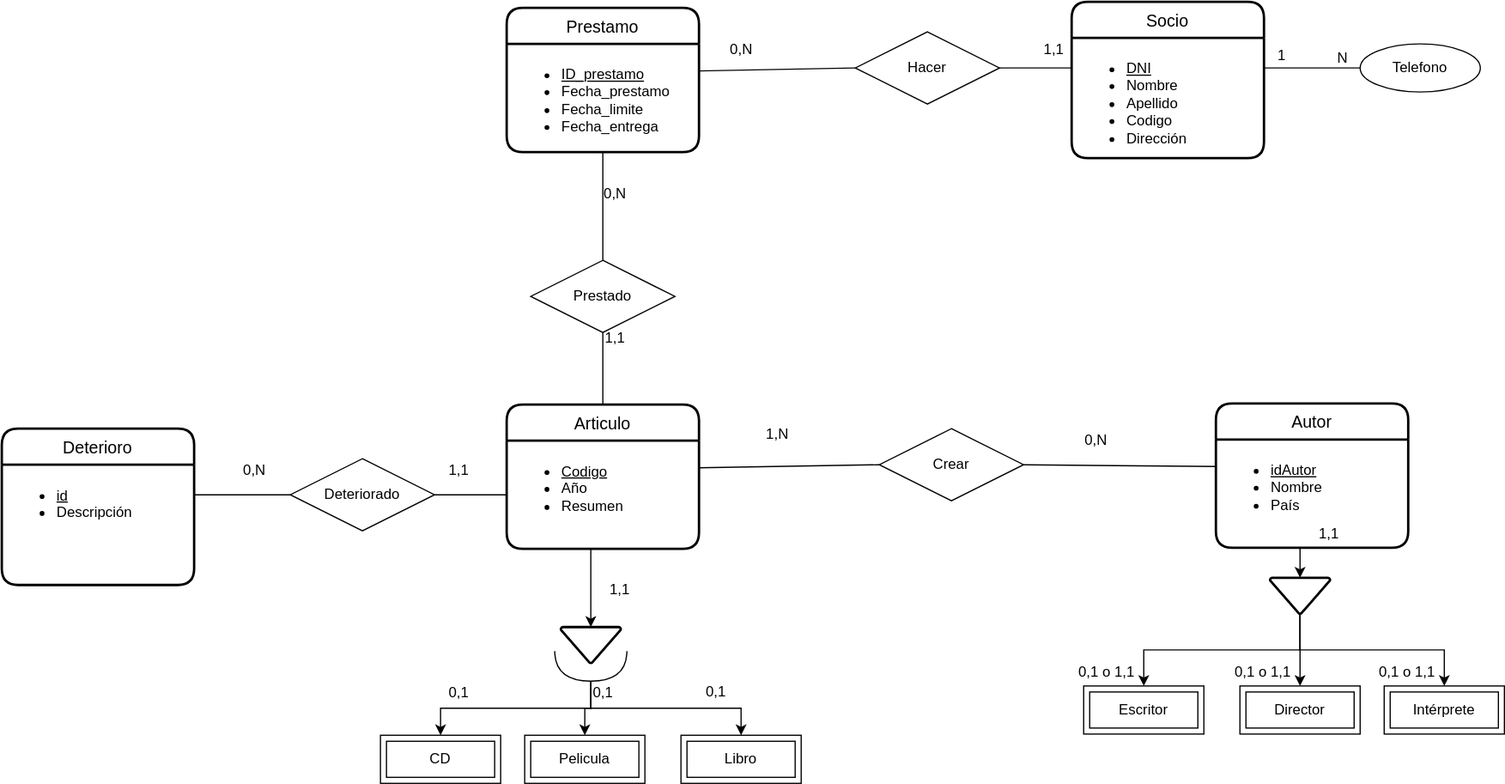
Jimxx22/C3-UD11-UML keeps this draw.io diagram as UD12-06.svg. Above is the earlier version. Source tidied: cells renumbered, new cells last; positions are measured from the earlier drawing's top-left corner, leaving out a move shared by most shapes. The source it was exported from:
```xml
<mxGraphModel background="#ffffff">
  <root>
    <mxCell id="0" />
    <mxCell id="1" parent="0" />
    <mxCell id="2" value="Socio" style="swimlane;horizontal=1;startSize=30;rounded=1;fontSize=14;fontStyle=0;strokeWidth=2;shadow=0;dashed=0;align=center;html=0;" parent="1" vertex="1">
      <mxGeometry x="890" width="160" height="130" as="geometry" />
    </mxCell>
    <mxCell id="3" value="&lt;ul&gt;&lt;li&gt;&lt;u&gt;DNI&lt;/u&gt;&lt;/li&gt;&lt;li&gt;Nombre&lt;/li&gt;&lt;li&gt;Apellido&lt;/li&gt;&lt;li&gt;Codigo&lt;/li&gt;&lt;li&gt;Dirección&lt;/li&gt;&lt;/ul&gt;" style="align=left;strokeColor=none;fillColor=none;spacingLeft=4;fontSize=12;verticalAlign=top;html=1;" parent="2" vertex="1">
      <mxGeometry y="30" width="160" height="100" as="geometry" />
    </mxCell>
    <mxCell id="4" style="edgeStyle=orthogonalEdgeStyle;rounded=0;jettySize=auto;html=1;exitX=0.5;exitY=1;exitDx=0;exitDy=0;entryX=0.5;entryY=0;entryDx=0;entryDy=0;entryPerimeter=0;" parent="1" edge="1" source="5" target="41">
      <mxGeometry relative="1" as="geometry">
        <Array as="points">
          <mxPoint x="490" y="455" />
        </Array>
      </mxGeometry>
    </mxCell>
    <mxCell id="5" value="Articulo" style="swimlane;horizontal=1;startSize=30;rounded=1;fontSize=14;fontStyle=0;strokeWidth=2;shadow=0;dashed=0;align=center;html=0;" parent="1" vertex="1">
      <mxGeometry x="420" y="335" width="160" height="120" as="geometry" />
    </mxCell>
    <mxCell id="6" value="&lt;ul&gt;&lt;li&gt;&lt;u&gt;Codigo&lt;/u&gt;&lt;/li&gt;&lt;li&gt;Año&lt;/li&gt;&lt;li&gt;Resumen&lt;/li&gt;&lt;/ul&gt;" style="align=left;strokeColor=none;fillColor=none;spacingLeft=4;fontSize=12;verticalAlign=top;html=1;fontStyle=0;labelBorderColor=none;" parent="5" vertex="1">
      <mxGeometry y="30" width="160" height="90" as="geometry" />
    </mxCell>
    <mxCell id="7" value="Prestamo" style="swimlane;horizontal=1;startSize=30;rounded=1;fontSize=14;fontStyle=0;strokeWidth=2;shadow=0;dashed=0;align=center;html=0;" parent="1" vertex="1">
      <mxGeometry x="420" y="5" width="160" height="120" as="geometry" />
    </mxCell>
    <mxCell id="8" value="&lt;ul&gt;&lt;li&gt;&lt;u&gt;ID_prestamo&lt;/u&gt;&lt;/li&gt;&lt;li&gt;Fecha_prestamo&lt;/li&gt;&lt;li&gt;Fecha_limite&lt;/li&gt;&lt;li&gt;Fecha_entrega&lt;/li&gt;&lt;/ul&gt;" style="align=left;strokeColor=none;fillColor=none;spacingLeft=4;fontSize=12;verticalAlign=top;html=1;" parent="7" vertex="1">
      <mxGeometry y="30" width="160" height="90" as="geometry" />
    </mxCell>
    <mxCell id="9" value="Pelicula" style="shape=ext;margin=3;double=1;whiteSpace=wrap;html=1;align=center;" parent="1" vertex="1">
      <mxGeometry x="435" y="610" width="100" height="40" as="geometry" />
    </mxCell>
    <mxCell id="10" value="CD" style="shape=ext;margin=3;double=1;whiteSpace=wrap;html=1;align=center;" parent="1" vertex="1">
      <mxGeometry x="315" y="610" width="100" height="40" as="geometry" />
    </mxCell>
    <mxCell id="11" value="Libro" style="shape=ext;margin=3;double=1;whiteSpace=wrap;html=1;align=center;" parent="1" vertex="1">
      <mxGeometry x="565" y="610" width="100" height="40" as="geometry" />
    </mxCell>
    <mxCell id="12" value="Director" style="shape=ext;margin=3;double=1;whiteSpace=wrap;html=1;align=center;" parent="1" vertex="1">
      <mxGeometry x="1030" y="569" width="100" height="40" as="geometry" />
    </mxCell>
    <mxCell id="13" value="Intérprete" style="shape=ext;margin=3;double=1;whiteSpace=wrap;html=1;align=center;" parent="1" vertex="1">
      <mxGeometry x="1150" y="569" width="100" height="40" as="geometry" />
    </mxCell>
    <mxCell id="14" value="Escritor" style="shape=ext;margin=3;double=1;whiteSpace=wrap;html=1;align=center;" parent="1" vertex="1">
      <mxGeometry x="900" y="569" width="100" height="40" as="geometry" />
    </mxCell>
    <mxCell id="15" style="edgeStyle=orthogonalEdgeStyle;rounded=0;jettySize=auto;html=1;exitX=0.5;exitY=1;exitDx=0;exitDy=0;entryX=0.5;entryY=0;entryDx=0;entryDy=0;entryPerimeter=0;" parent="1" edge="1" source="16" target="50">
      <mxGeometry relative="1" as="geometry" />
    </mxCell>
    <mxCell id="16" value="Autor" style="swimlane;horizontal=1;startSize=30;rounded=1;fontSize=14;fontStyle=0;strokeWidth=2;shadow=0;dashed=0;align=center;html=0;" parent="1" vertex="1">
      <mxGeometry x="1010" y="334" width="160" height="120" as="geometry" />
    </mxCell>
    <mxCell id="17" value="&lt;ul&gt;&lt;li&gt;&lt;u&gt;idAutor&lt;/u&gt;&lt;/li&gt;&lt;li&gt;Nombre&lt;/li&gt;&lt;li&gt;País&lt;/li&gt;&lt;/ul&gt;" style="align=left;strokeColor=none;fillColor=none;spacingLeft=4;fontSize=12;verticalAlign=top;html=1;fontStyle=0;labelBorderColor=none;" parent="16" vertex="1">
      <mxGeometry y="30" width="160" height="90" as="geometry" />
    </mxCell>
    <mxCell id="18" value="Hacer" style="shape=rhombus;perimeter=rhombusPerimeter;whiteSpace=wrap;html=1;align=center;" parent="1" vertex="1">
      <mxGeometry x="710" y="25" width="120" height="60" as="geometry" />
    </mxCell>
    <mxCell id="19" value="Deterioro" style="swimlane;horizontal=1;startSize=30;rounded=1;fontSize=14;fontStyle=0;strokeWidth=2;shadow=0;dashed=0;align=center;html=0;" parent="1" vertex="1">
      <mxGeometry y="355" width="160" height="130" as="geometry" />
    </mxCell>
    <mxCell id="20" value="&lt;ul&gt;&lt;li&gt;&lt;u&gt;id&lt;/u&gt;&lt;/li&gt;&lt;li&gt;Descripción&lt;/li&gt;&lt;/ul&gt;" style="align=left;strokeColor=none;fillColor=none;spacingLeft=4;fontSize=12;verticalAlign=top;html=1;" parent="19" vertex="1">
      <mxGeometry y="30" width="160" height="100" as="geometry" />
    </mxCell>
    <mxCell id="21" value="Crear" style="shape=rhombus;perimeter=rhombusPerimeter;whiteSpace=wrap;html=1;align=center;" parent="1" vertex="1">
      <mxGeometry x="730" y="355" width="120" height="60" as="geometry" />
    </mxCell>
    <mxCell id="22" value="Prestado" style="shape=rhombus;perimeter=rhombusPerimeter;whiteSpace=wrap;html=1;align=center;rounded=0;glass=0;labelBorderColor=none;fillColor=default;" parent="1" vertex="1">
      <mxGeometry x="440" y="215" width="120" height="60" as="geometry" />
    </mxCell>
    <mxCell id="23" style="endArrow=none;html=1;rounded=0;entryX=0.5;entryY=0;entryDx=0;entryDy=0;exitX=0.5;exitY=1;exitDx=0;exitDy=0;" parent="1" edge="1" source="8" target="22">
      <mxGeometry relative="1" as="geometry" />
    </mxCell>
    <mxCell id="24" style="endArrow=none;html=1;rounded=0;exitX=1;exitY=0.25;exitDx=0;exitDy=0;entryX=0;entryY=0.5;entryDx=0;entryDy=0;" parent="1" edge="1" source="6" target="21">
      <mxGeometry relative="1" as="geometry" />
    </mxCell>
    <mxCell id="25" style="endArrow=none;html=1;rounded=0;entryX=0;entryY=0.5;entryDx=0;entryDy=0;exitX=1;exitY=0.25;exitDx=0;exitDy=0;" parent="1" edge="1" source="8" target="18">
      <mxGeometry relative="1" as="geometry" />
    </mxCell>
    <mxCell id="26" style="endArrow=none;html=1;rounded=0;exitX=1;exitY=0.5;exitDx=0;exitDy=0;entryX=0;entryY=0.25;entryDx=0;entryDy=0;" parent="1" edge="1" source="21" target="17">
      <mxGeometry relative="1" as="geometry" />
    </mxCell>
    <mxCell id="27" style="endArrow=none;html=1;rounded=0;entryX=0.5;entryY=0;entryDx=0;entryDy=0;exitX=0.5;exitY=1;exitDx=0;exitDy=0;" parent="1" edge="1" source="22" target="5">
      <mxGeometry relative="1" as="geometry" />
    </mxCell>
    <mxCell id="28" style="endArrow=none;html=1;rounded=0;entryX=0;entryY=0.25;entryDx=0;entryDy=0;exitX=1;exitY=0.5;exitDx=0;exitDy=0;" parent="1" edge="1" source="18" target="3">
      <mxGeometry relative="1" as="geometry" />
    </mxCell>
    <mxCell id="29" value="Deteriorado" style="shape=rhombus;perimeter=rhombusPerimeter;whiteSpace=wrap;html=1;align=center;rounded=0;glass=0;labelBorderColor=none;fillColor=default;" parent="1" vertex="1">
      <mxGeometry x="240" y="380" width="120" height="60" as="geometry" />
    </mxCell>
    <mxCell id="30" style="endArrow=none;html=1;rounded=0;exitX=1;exitY=0.25;exitDx=0;exitDy=0;entryX=0;entryY=0.5;entryDx=0;entryDy=0;" parent="1" edge="1" source="20" target="29">
      <mxGeometry relative="1" as="geometry" />
    </mxCell>
    <mxCell id="31" style="endArrow=none;html=1;rounded=0;exitX=1;exitY=0.5;exitDx=0;exitDy=0;entryX=0;entryY=0.5;entryDx=0;entryDy=0;" parent="1" edge="1" source="29" target="6">
      <mxGeometry relative="1" as="geometry" />
    </mxCell>
    <mxCell id="32" value="1,1" style="text;html=1;align=center;verticalAlign=middle;strokeColor=none;fillColor=none;" parent="1" vertex="1">
      <mxGeometry x="855" y="25" width="40" height="30" as="geometry" />
    </mxCell>
    <mxCell id="33" style="edgeStyle=orthogonalEdgeStyle;rounded=0;orthogonalLoop=1;jettySize=auto;html=1;endArrow=none;endFill=0;exitX=0.5;exitY=1;exitDx=0;exitDy=0;exitPerimeter=0;" parent="1" edge="1">
      <mxGeometry relative="1" as="geometry">
        <mxPoint x="540" y="220" as="sourcePoint" />
      </mxGeometry>
    </mxCell>
    <mxCell id="34" value="0,N" style="text;html=1;align=center;verticalAlign=middle;strokeColor=none;fillColor=none;" parent="1" vertex="1">
      <mxGeometry x="595" y="25" width="40" height="30" as="geometry" />
    </mxCell>
    <mxCell id="35" value="0,N" style="text;html=1;align=center;verticalAlign=middle;strokeColor=none;fillColor=none;" parent="1" vertex="1">
      <mxGeometry x="490" y="145" width="40" height="30" as="geometry" />
    </mxCell>
    <mxCell id="36" value="1,1" style="text;html=1;align=center;verticalAlign=middle;strokeColor=none;fillColor=none;" parent="1" vertex="1">
      <mxGeometry x="490" y="265" width="40" height="30" as="geometry" />
    </mxCell>
    <mxCell id="37" value="0,N" style="text;html=1;align=center;verticalAlign=middle;strokeColor=none;fillColor=none;" parent="1" vertex="1">
      <mxGeometry x="190" y="375" width="40" height="30" as="geometry" />
    </mxCell>
    <mxCell id="38" value="0,N" style="text;html=1;align=center;verticalAlign=middle;strokeColor=none;fillColor=none;" parent="1" vertex="1">
      <mxGeometry x="890" y="350" width="40" height="30" as="geometry" />
    </mxCell>
    <mxCell id="39" value="1,1" style="text;strokeColor=none;fillColor=none;spacingLeft=4;spacingRight=4;overflow=hidden;fontSize=12;rounded=0;glass=0;html=1;" parent="1" vertex="1">
      <mxGeometry x="500" y="475" width="40" height="30" as="geometry" />
    </mxCell>
    <mxCell id="40" value="1,N" style="text;html=1;align=center;verticalAlign=middle;strokeColor=none;fillColor=none;" parent="1" vertex="1">
      <mxGeometry x="625" y="345" width="40" height="30" as="geometry" />
    </mxCell>
    <mxCell id="41" style="strokeWidth=2;html=1;shape=mxgraph.flowchart.merge_or_storage;whiteSpace=wrap;rounded=0;glass=0;fillColor=none;" parent="1" vertex="1">
      <mxGeometry x="465" y="520" width="50" height="30" as="geometry" />
    </mxCell>
    <mxCell id="42" value="1,1" style="text;html=1;align=center;verticalAlign=middle;strokeColor=none;fillColor=none;" parent="1" vertex="1">
      <mxGeometry x="360" y="375" width="40" height="30" as="geometry" />
    </mxCell>
    <mxCell id="43" style="edgeStyle=orthogonalEdgeStyle;rounded=0;jettySize=auto;html=1;exitX=1;exitY=0.5;exitDx=0;exitDy=0;exitPerimeter=0;entryX=0.5;entryY=0;entryDx=0;entryDy=0;" parent="1" edge="1" source="46" target="10">
      <mxGeometry relative="1" as="geometry" />
    </mxCell>
    <mxCell id="44" style="edgeStyle=orthogonalEdgeStyle;rounded=0;jettySize=auto;html=1;exitX=1;exitY=0.5;exitDx=0;exitDy=0;exitPerimeter=0;entryX=0.5;entryY=0;entryDx=0;entryDy=0;" parent="1" edge="1" source="46" target="9">
      <mxGeometry relative="1" as="geometry" />
    </mxCell>
    <mxCell id="45" style="edgeStyle=orthogonalEdgeStyle;rounded=0;jettySize=auto;html=1;exitX=1;exitY=0.5;exitDx=0;exitDy=0;exitPerimeter=0;entryX=0.5;entryY=0;entryDx=0;entryDy=0;" parent="1" edge="1" source="46" target="11">
      <mxGeometry relative="1" as="geometry" />
    </mxCell>
    <mxCell id="46" style="shape=requiredInterface;html=1;verticalLabelPosition=bottom;sketch=0;rounded=0;glass=0;fillColor=none;direction=south;" parent="1" vertex="1">
      <mxGeometry x="460" y="540" width="60" height="25" as="geometry" />
    </mxCell>
    <mxCell id="47" style="edgeStyle=orthogonalEdgeStyle;rounded=0;jettySize=auto;html=1;exitX=0.5;exitY=1;exitDx=0;exitDy=0;exitPerimeter=0;entryX=0.5;entryY=0;entryDx=0;entryDy=0;" parent="1" edge="1" source="50" target="14">
      <mxGeometry relative="1" as="geometry" />
    </mxCell>
    <mxCell id="48" style="edgeStyle=orthogonalEdgeStyle;rounded=0;jettySize=auto;html=1;exitX=0.5;exitY=1;exitDx=0;exitDy=0;exitPerimeter=0;entryX=0.5;entryY=0;entryDx=0;entryDy=0;" parent="1" edge="1" source="50" target="12">
      <mxGeometry relative="1" as="geometry" />
    </mxCell>
    <mxCell id="49" style="edgeStyle=orthogonalEdgeStyle;rounded=0;jettySize=auto;html=1;exitX=0.5;exitY=1;exitDx=0;exitDy=0;exitPerimeter=0;entryX=0.5;entryY=0;entryDx=0;entryDy=0;" parent="1" edge="1" source="50" target="13">
      <mxGeometry relative="1" as="geometry" />
    </mxCell>
    <mxCell id="50" style="strokeWidth=2;html=1;shape=mxgraph.flowchart.merge_or_storage;whiteSpace=wrap;rounded=0;glass=0;fillColor=none;" parent="1" vertex="1">
      <mxGeometry x="1055" y="479" width="50" height="30" as="geometry" />
    </mxCell>
    <mxCell id="51" value="0,1" style="text;html=1;align=center;verticalAlign=middle;strokeColor=none;fillColor=none;" parent="1" vertex="1">
      <mxGeometry x="360" y="560" width="40" height="30" as="geometry" />
    </mxCell>
    <mxCell id="52" value="0,1" style="text;html=1;align=center;verticalAlign=middle;strokeColor=none;fillColor=none;" parent="1" vertex="1">
      <mxGeometry x="480" y="560" width="40" height="30" as="geometry" />
    </mxCell>
    <mxCell id="53" value="0,1" style="text;strokeColor=none;fillColor=none;spacingLeft=4;spacingRight=4;overflow=hidden;fontSize=12;rounded=0;glass=0;html=1;" parent="1" vertex="1">
      <mxGeometry x="580" y="560" width="40" height="30" as="geometry" />
    </mxCell>
    <mxCell id="54" value="0,1 o 1,1" style="text;strokeColor=none;fillColor=none;spacingLeft=4;spacingRight=4;overflow=hidden;fontSize=12;rounded=0;glass=0;html=1;" parent="1" vertex="1">
      <mxGeometry x="890" y="544" width="60" height="30" as="geometry" />
    </mxCell>
    <mxCell id="55" value="0,1 o 1,1" style="text;strokeColor=none;fillColor=none;spacingLeft=4;spacingRight=4;overflow=hidden;fontSize=12;rounded=0;glass=0;html=1;" parent="1" vertex="1">
      <mxGeometry x="1140" y="544" width="60" height="30" as="geometry" />
    </mxCell>
    <mxCell id="56" value="0,1 o 1,1" style="text;strokeColor=none;fillColor=none;spacingLeft=4;spacingRight=4;overflow=hidden;fontSize=12;rounded=0;glass=0;html=1;" parent="1" vertex="1">
      <mxGeometry x="1020" y="544" width="60" height="30" as="geometry" />
    </mxCell>
    <mxCell id="57" value="1,1" style="text;strokeColor=none;fillColor=none;spacingLeft=4;spacingRight=4;overflow=hidden;fontSize=12;rounded=0;glass=0;html=1;" parent="1" vertex="1">
      <mxGeometry x="1090" y="429" width="40" height="30" as="geometry" />
    </mxCell>
    <mxCell id="58" value="Telefono" style="ellipse;whiteSpace=wrap;html=1;align=center;" parent="1" vertex="1">
      <mxGeometry x="1130" y="35" width="100" height="40" as="geometry" />
    </mxCell>
    <mxCell id="59" style="endArrow=none;html=1;rounded=0;entryX=0;entryY=0.5;entryDx=0;entryDy=0;exitX=1;exitY=0.25;exitDx=0;exitDy=0;" parent="1" edge="1" source="3" target="58">
      <mxGeometry relative="1" as="geometry" />
    </mxCell>
    <mxCell id="60" value="N" style="html=1;align=right;verticalAlign=bottom;" parent="59" vertex="1">
      <mxGeometry x="1" relative="1" as="geometry">
        <mxPoint x="-10" as="offset" />
      </mxGeometry>
    </mxCell>
    <mxCell id="61" value="1" style="text;html=1;strokeColor=none;fillColor=none;align=center;verticalAlign=middle;whiteSpace=wrap;rounded=0;" parent="1" vertex="1">
      <mxGeometry x="1060" y="35" width="10" height="20" as="geometry" />
    </mxCell>
  </root>
</mxGraphModel>
```
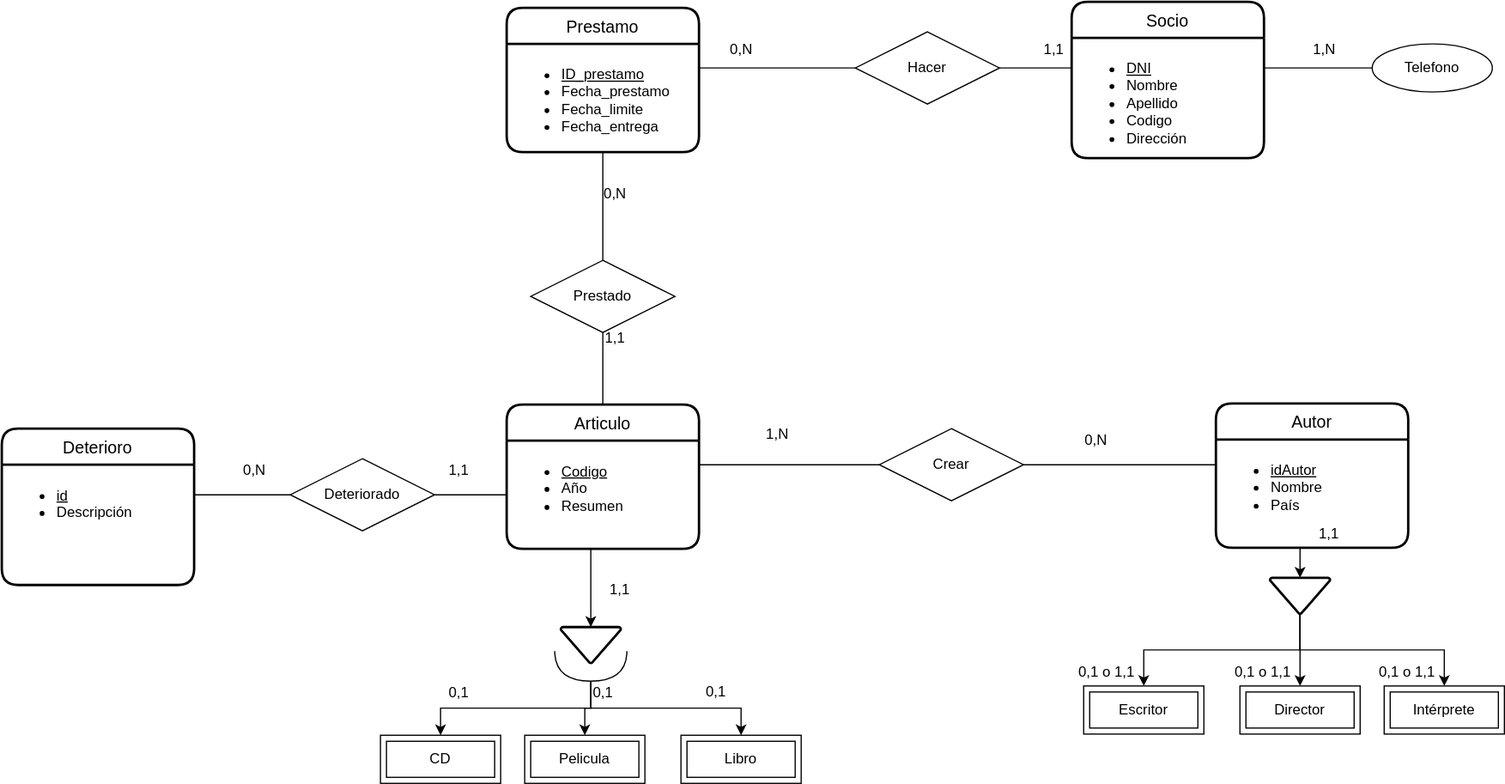
Above is the later version.

Change to the diagram source:
```diff
@@ -72,14 +72,20 @@
     <mxCell id="23" style="endArrow=none;html=1;rounded=0;entryX=0.5;entryY=0;entryDx=0;entryDy=0;exitX=0.5;exitY=1;exitDx=0;exitDy=0;" parent="1" edge="1" source="8" target="22">
       <mxGeometry relative="1" as="geometry" />
     </mxCell>
-    <mxCell id="24" style="endArrow=none;html=1;rounded=0;exitX=1;exitY=0.25;exitDx=0;exitDy=0;entryX=0;entryY=0.5;entryDx=0;entryDy=0;" parent="1" edge="1" source="6" target="21">
-      <mxGeometry relative="1" as="geometry" />
+    <mxCell id="24" style="endArrow=none;html=1;rounded=0;entryX=0;entryY=0.5;entryDx=0;entryDy=0;" parent="1" edge="1" target="21">
+      <mxGeometry relative="1" as="geometry">
+        <mxPoint x="580" y="385" as="sourcePoint" />
+      </mxGeometry>
     </mxCell>
-    <mxCell id="25" style="endArrow=none;html=1;rounded=0;entryX=0;entryY=0.5;entryDx=0;entryDy=0;exitX=1;exitY=0.25;exitDx=0;exitDy=0;" parent="1" edge="1" source="8" target="18">
-      <mxGeometry relative="1" as="geometry" />
+    <mxCell id="25" style="endArrow=none;html=1;rounded=0;entryX=0;entryY=0.5;entryDx=0;entryDy=0;" parent="1" edge="1" target="18">
+      <mxGeometry relative="1" as="geometry">
+        <mxPoint x="580" y="55" as="sourcePoint" />
+      </mxGeometry>
     </mxCell>
-    <mxCell id="26" style="endArrow=none;html=1;rounded=0;exitX=1;exitY=0.5;exitDx=0;exitDy=0;entryX=0;entryY=0.25;entryDx=0;entryDy=0;" parent="1" edge="1" source="21" target="17">
-      <mxGeometry relative="1" as="geometry" />
+    <mxCell id="26" style="endArrow=none;html=1;rounded=0;exitX=1;exitY=0.5;exitDx=0;exitDy=0;" parent="1" edge="1" source="21">
+      <mxGeometry relative="1" as="geometry">
+        <mxPoint x="1010" y="385" as="targetPoint" />
+      </mxGeometry>
     </mxCell>
     <mxCell id="27" style="endArrow=none;html=1;rounded=0;entryX=0.5;entryY=0;entryDx=0;entryDy=0;exitX=0.5;exitY=1;exitDx=0;exitDy=0;" parent="1" edge="1" source="22" target="5">
       <mxGeometry relative="1" as="geometry" />
@@ -177,18 +183,13 @@
       <mxGeometry x="1090" y="429" width="40" height="30" as="geometry" />
     </mxCell>
     <mxCell id="58" value="Telefono" style="ellipse;whiteSpace=wrap;html=1;align=center;" parent="1" vertex="1">
-      <mxGeometry x="1130" y="35" width="100" height="40" as="geometry" />
+      <mxGeometry x="1140" y="35" width="100" height="40" as="geometry" />
     </mxCell>
     <mxCell id="59" style="endArrow=none;html=1;rounded=0;entryX=0;entryY=0.5;entryDx=0;entryDy=0;exitX=1;exitY=0.25;exitDx=0;exitDy=0;" parent="1" edge="1" source="3" target="58">
       <mxGeometry relative="1" as="geometry" />
     </mxCell>
-    <mxCell id="60" value="N" style="html=1;align=right;verticalAlign=bottom;" parent="59" vertex="1">
-      <mxGeometry x="1" relative="1" as="geometry">
-        <mxPoint x="-10" as="offset" />
-      </mxGeometry>
-    </mxCell>
-    <mxCell id="61" value="1" style="text;html=1;strokeColor=none;fillColor=none;align=center;verticalAlign=middle;whiteSpace=wrap;rounded=0;" parent="1" vertex="1">
-      <mxGeometry x="1060" y="35" width="10" height="20" as="geometry" />
-    </mxCell>
+    <mxCell id="62" value="1,N" style="text;html=1;align=center;verticalAlign=middle;strokeColor=none;fillColor=none;" parent="1" vertex="1">
+      <mxGeometry x="1080" y="25" width="40" height="30" as="geometry" />
+    </mxCell>
   </root>
 </mxGraphModel>
```
